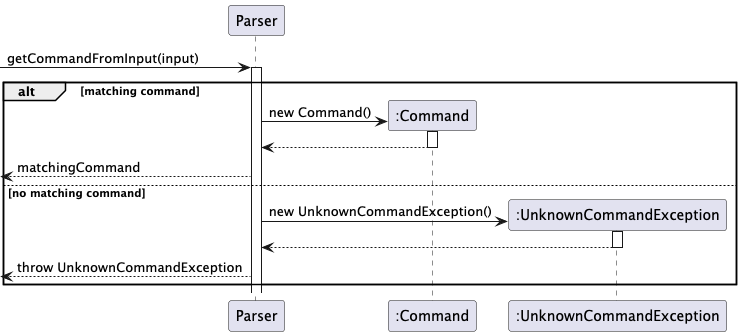
Before: docs/images/Parser_getCommandFromInput.png, a diagram exported from PlantUML (thienkimtranhoang/tp).
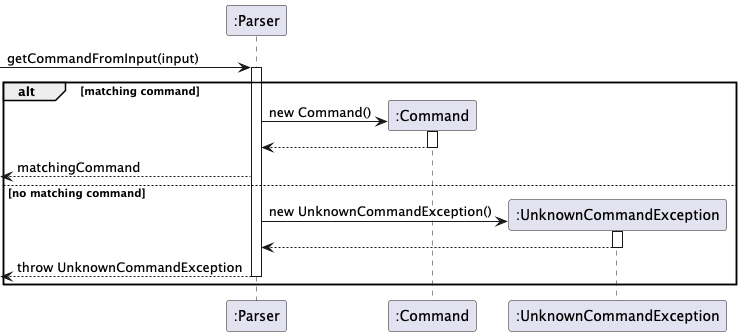
The same file after the commit.

Change to the diagram source:
```diff
@@ -1,6 +1,6 @@
 @startuml
 
-participant "Parser" as Parser
+participant ":Parser" as Parser
 participant ":Command" as Command
 participant ":UnknownCommandException" as Exception
 -> Parser ++: getCommandFromInput(input)
@@ -13,7 +13,7 @@
     create Exception
     Parser -> Exception ++: new UnknownCommandException()
     Parser <-- Exception --
-    <-- Parser: throw UnknownCommandException
+    <-- Parser --: throw UnknownCommandException
 end
 
 @enduml
```
